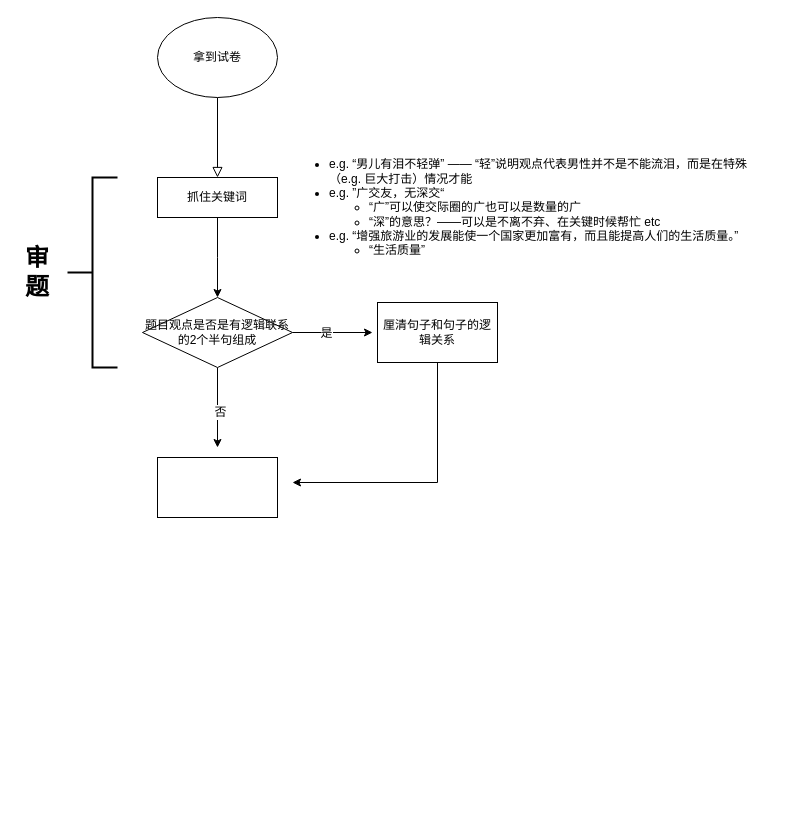
stevenzhouzh/AProject keeps this draw.io diagram as IGCSE语文议论文写作.drawio. Above is the earlier version. Source tidied: cells renumbered, new cells numbered last; positions are measured from the earlier drawing's top-left corner, leaving out a move shared by most shapes. Both pictures are drawn from the tidied source at 100%, with x=0, y=0 at pixel (17, 17).
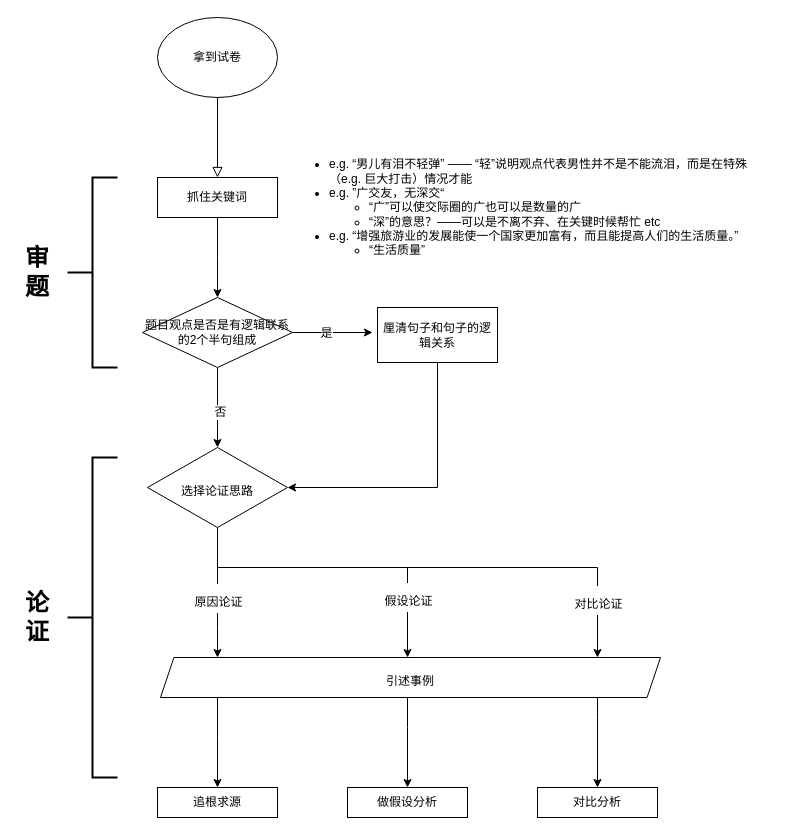
After the change.

Commit message (it also covers changes not shown here):
Update IGCSE语文议论文写作.drawio

The edit, as a diff of the source:
```diff
@@
-    <mxCell id="12" style="edgeStyle=orthogonalEdgeStyle;rounded=0;jettySize=auto;html=1;fontSize=24;entryX=1;entryY=0.5;entryDx=0;entryDy=0;" parent="1" edge="1" source="13">
+    <mxCell id="12" style="edgeStyle=orthogonalEdgeStyle;rounded=0;jettySize=auto;html=1;fontSize=24;entryX=1;entryY=0.5;entryDx=0;entryDy=0;" parent="1" edge="1" source="13" target="25">
       <mxGeometry relative="1" as="geometry">
-        <mxPoint x="275" y="465" as="targetPoint" />
         <Array as="points">
-          <mxPoint x="420" y="465" />
+          <mxPoint x="420" y="470" />
         </Array>
       </mxGeometry>
     </mxCell>
     <mxCell id="13" value="厘清句子和句子的逻辑关系" style="rounded=0;whiteSpace=wrap;html=1;align=center;" parent="1" vertex="1">
-      <mxGeometry x="360" y="285" width="120" height="60" as="geometry" />
+      <mxGeometry x="360" y="290" width="120" height="55" as="geometry" />
     </mxCell>
@@
-    <mxCell id="16" style="rounded=0;whiteSpace=wrap;html=1;fontSize=24;align=center;" parent="1" vertex="1">
-      <mxGeometry x="140" y="440" width="120" height="60" as="geometry" />
-    </mxCell>
+    <mxCell id="17" style="strokeWidth=2;html=1;shape=mxgraph.flowchart.annotation_2;align=left;labelPosition=right;" parent="1" vertex="1">
+      <mxGeometry x="50" y="440" width="50" height="320" as="geometry" />
+    </mxCell>
+    <mxCell id="18" value="论证" style="text;html=1;strokeColor=none;fillColor=none;align=center;verticalAlign=middle;whiteSpace=wrap;rounded=0;fontStyle=1;fontSize=24;" parent="1" vertex="1">
+      <mxGeometry y="590" width="40" height="20" as="geometry" />
+    </mxCell>
+    <mxCell id="19" style="edgeStyle=orthogonalEdgeStyle;rounded=0;jettySize=auto;html=1;fontSize=24;" parent="1" edge="1" source="25" target="29">
+      <mxGeometry relative="1" as="geometry">
+        <Array as="points">
+          <mxPoint x="200" y="550" />
+          <mxPoint x="390" y="550" />
+        </Array>
+      </mxGeometry>
+    </mxCell>
+    <mxCell id="20" value="&lt;font style=&quot;font-size: 12px&quot;&gt;假设论证&lt;/font&gt;" style="text;html=1;align=center;verticalAlign=middle;labelBackgroundColor=#ffffff;fontSize=24;" parent="19" vertex="1">
+      <mxGeometry x="0.58" y="-2" relative="1" as="geometry">
+        <mxPoint x="2" y="6.9" as="offset" />
+      </mxGeometry>
+    </mxCell>
+    <mxCell id="21" style="edgeStyle=orthogonalEdgeStyle;rounded=0;jettySize=auto;html=1;fontSize=24;" parent="1" edge="1" source="25" target="29">
+      <mxGeometry relative="1" as="geometry">
+        <Array as="points">
+          <mxPoint x="200" y="610" />
+          <mxPoint x="200" y="610" />
+        </Array>
+      </mxGeometry>
+    </mxCell>
+    <mxCell id="22" value="&lt;font style=&quot;font-size: 12px&quot;&gt;原因论证&lt;/font&gt;" style="text;html=1;align=center;verticalAlign=middle;labelBackgroundColor=#ffffff;fontSize=24;" parent="21" vertex="1">
+      <mxGeometry x="0.03" y="1" relative="1" as="geometry">
+        <mxPoint x="-1" y="3.3" as="offset" />
+      </mxGeometry>
+    </mxCell>
+    <mxCell id="23" style="edgeStyle=orthogonalEdgeStyle;rounded=0;jettySize=auto;html=1;fontSize=24;" parent="1" edge="1" source="25" target="29">
+      <mxGeometry relative="1" as="geometry">
+        <Array as="points">
+          <mxPoint x="200" y="550" />
+          <mxPoint x="580" y="550" />
+        </Array>
+      </mxGeometry>
+    </mxCell>
+    <mxCell id="24" value="&lt;font style=&quot;font-size: 12px&quot;&gt;对比论证&lt;/font&gt;" style="text;html=1;align=center;verticalAlign=middle;labelBackgroundColor=#ffffff;fontSize=24;" parent="23" vertex="1">
+      <mxGeometry x="0.66" y="1" relative="1" as="geometry">
+        <mxPoint x="-1" y="29" as="offset" />
+      </mxGeometry>
+    </mxCell>
+    <mxCell id="25" value="&lt;font style=&quot;font-size: 12px&quot;&gt;选择论证思路&lt;/font&gt;" style="rhombus;whiteSpace=wrap;html=1;fontSize=24;align=center;" parent="1" vertex="1">
+      <mxGeometry x="130" y="430" width="140" height="80" as="geometry" />
+    </mxCell>
+    <mxCell id="26" style="edgeStyle=orthogonalEdgeStyle;rounded=0;jettySize=auto;html=1;fontSize=24;entryX=0.5;entryY=0;entryDx=0;entryDy=0;" parent="1" edge="1" source="29" target="30">
+      <mxGeometry relative="1" as="geometry">
+        <Array as="points">
+          <mxPoint x="200" y="720" />
+          <mxPoint x="200" y="720" />
+        </Array>
+      </mxGeometry>
+    </mxCell>
+    <mxCell id="27" style="edgeStyle=orthogonalEdgeStyle;rounded=0;jettySize=auto;html=1;fontSize=24;entryX=0.5;entryY=0;entryDx=0;entryDy=0;" parent="1" edge="1" source="29" target="31">
+      <mxGeometry relative="1" as="geometry">
+        <Array as="points">
+          <mxPoint x="390" y="710" />
+          <mxPoint x="390" y="710" />
+        </Array>
+      </mxGeometry>
+    </mxCell>
+    <mxCell id="28" style="edgeStyle=orthogonalEdgeStyle;rounded=0;jettySize=auto;html=1;fontSize=24;entryX=0.5;entryY=0;entryDx=0;entryDy=0;" parent="1" edge="1" source="29" target="32">
+      <mxGeometry relative="1" as="geometry">
+        <Array as="points">
+          <mxPoint x="580" y="700" />
+          <mxPoint x="580" y="700" />
+        </Array>
+      </mxGeometry>
+    </mxCell>
+    <mxCell id="29" value="&lt;font style=&quot;font-size: 12px&quot;&gt;引述事例&lt;/font&gt;" style="shape=parallelogram;perimeter=parallelogramPerimeter;whiteSpace=wrap;html=1;fontSize=24;align=center;size=0.026850574712644175;" parent="1" vertex="1">
+      <mxGeometry x="143" y="640" width="500" height="40" as="geometry" />
+    </mxCell>
+    <mxCell id="30" value="追根求源" style="rounded=0;whiteSpace=wrap;html=1;fontSize=12;align=center;" parent="1" vertex="1">
+      <mxGeometry x="140" y="770" width="120" height="30" as="geometry" />
+    </mxCell>
+    <mxCell id="31" value="做假设分析" style="rounded=0;whiteSpace=wrap;html=1;fontSize=12;align=center;" parent="1" vertex="1">
+      <mxGeometry x="330" y="770" width="120" height="30" as="geometry" />
+    </mxCell>
+    <mxCell id="32" value="对比分析" style="rounded=0;whiteSpace=wrap;html=1;fontSize=12;align=center;" parent="1" vertex="1">
+      <mxGeometry x="520" y="770" width="120" height="30" as="geometry" />
+    </mxCell>
```
